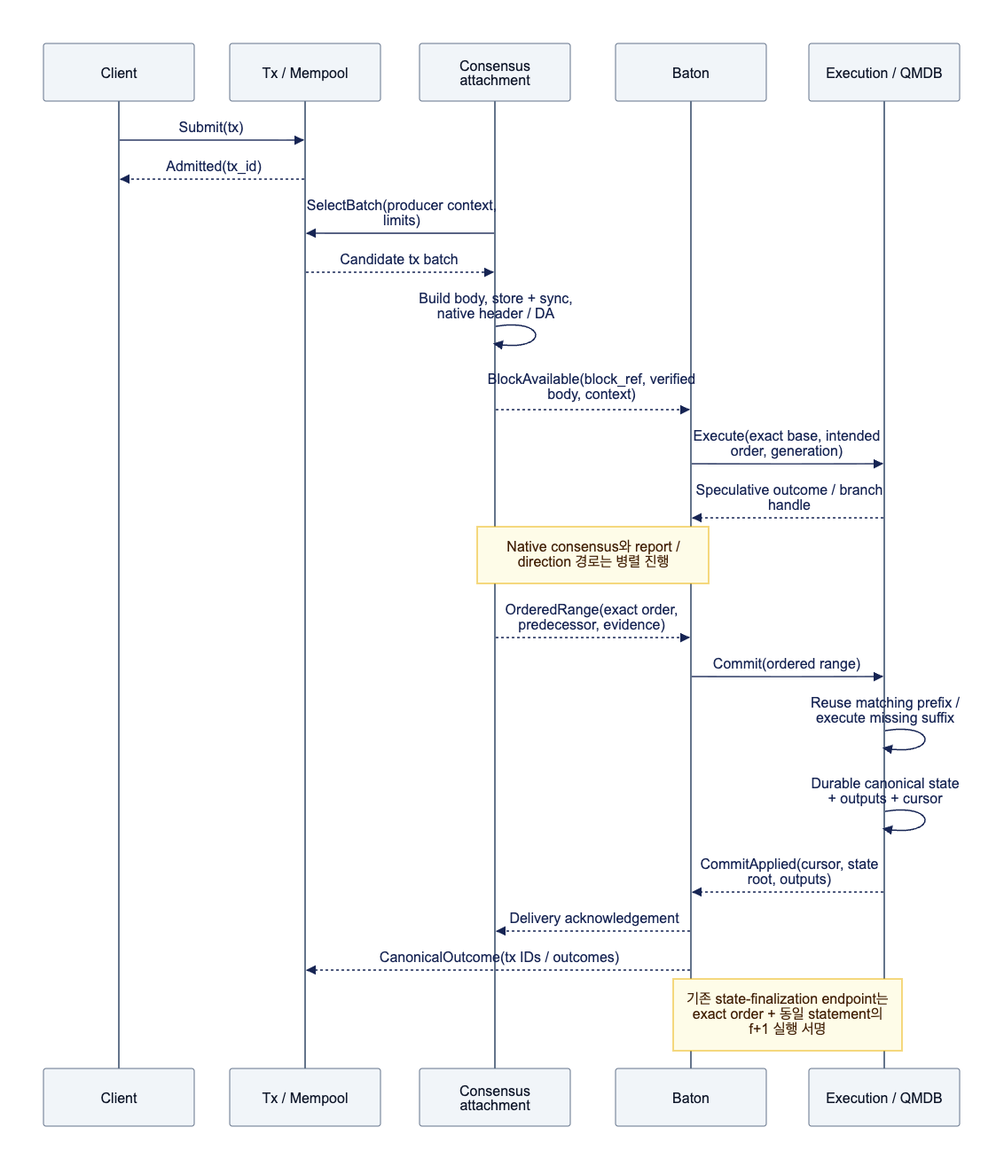
Earlier version of the Mermaid export assets/diagrams/diagram-02.png (djm07073/baton-research). Its source is kept beside it as assets/diagrams/diagram-02.mmd. Its diagram source:
```mermaid
sequenceDiagram
    participant C as Client
    participant T as Tx / Mempool
    participant N as Consensus attachment
    participant B as Baton
    participant E as Execution / QMDB
    C->>T: Submit(tx)
    T-->>C: Admitted(tx_id)
    N->>T: SelectBatch(producer context, limits)
    T-->>N: Candidate tx batch
    N->>N: Build body, store + sync, native header / DA
    N-->>B: BlockAvailable(block_ref, verified body, context)
    B->>E: Execute(exact base, intended order, generation)
    E-->>B: Speculative outcome / branch handle
    Note over N,B: Native consensus와 report / direction 경로는 병렬 진행
    N-->>B: OrderedRange(exact order, predecessor, evidence)
    B->>E: Commit(ordered range)
    E->>E: Reuse matching prefix / execute missing suffix
    E->>E: Durable canonical state + outputs + cursor
    E-->>B: CommitApplied(cursor, state root, outputs)
    B-->>N: Delivery acknowledgement
    B-->>T: CanonicalOutcome(tx IDs / outcomes)
    Note over B,E: 기존 state-finalization endpoint는 exact order + 동일 statement의 f+1 실행 서명
```
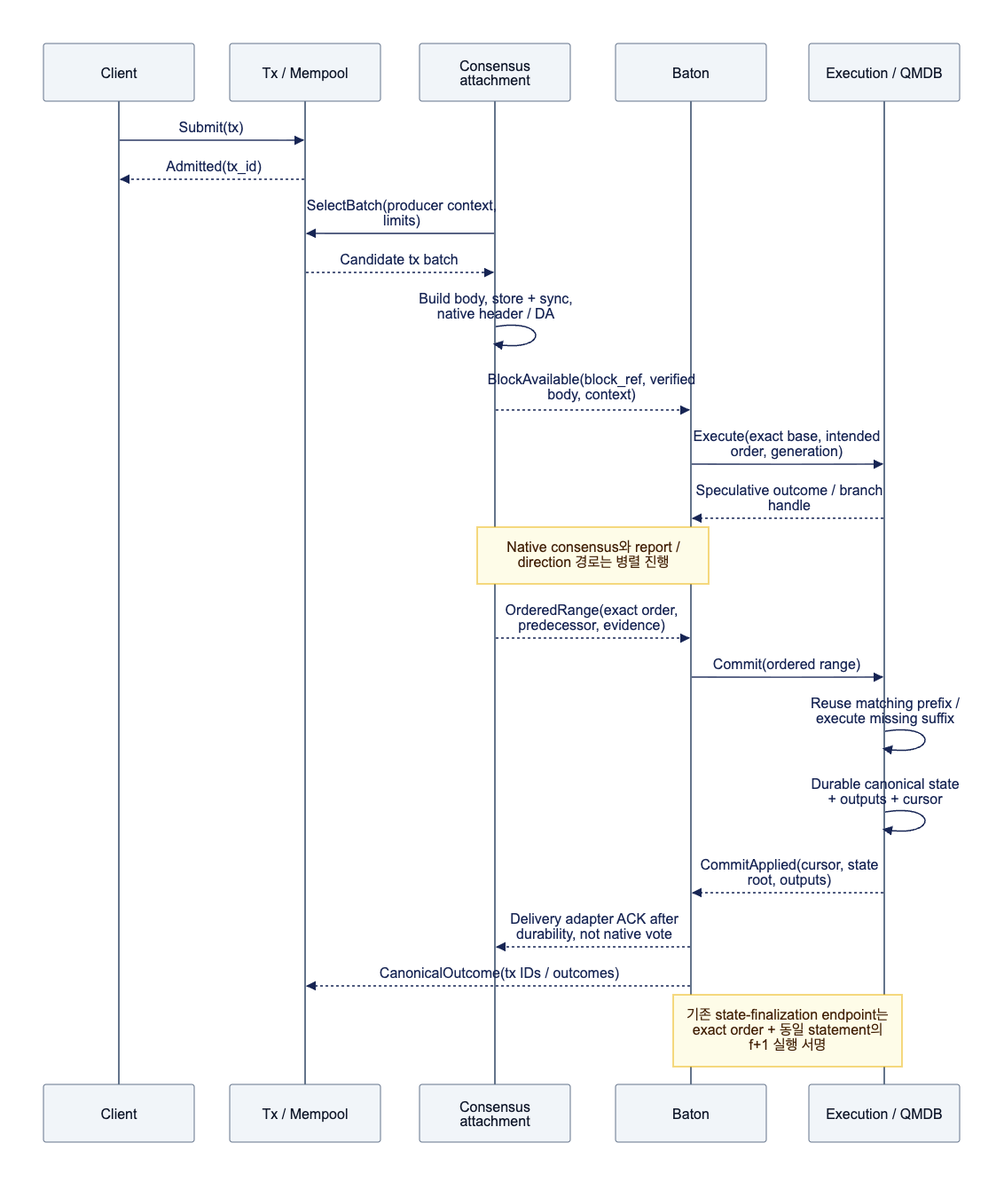
After the commit.

The edit, as a diff of the source:
```diff
@@ -18,6 +18,6 @@
     E->>E: Reuse matching prefix / execute missing suffix
     E->>E: Durable canonical state + outputs + cursor
     E-->>B: CommitApplied(cursor, state root, outputs)
-    B-->>N: Delivery acknowledgement
+    B-->>N: Delivery adapter ACK after durability, not native vote
     B-->>T: CanonicalOutcome(tx IDs / outcomes)
     Note over B,E: 기존 state-finalization endpoint는 exact order + 동일 statement의 f+1 실행 서명
```
